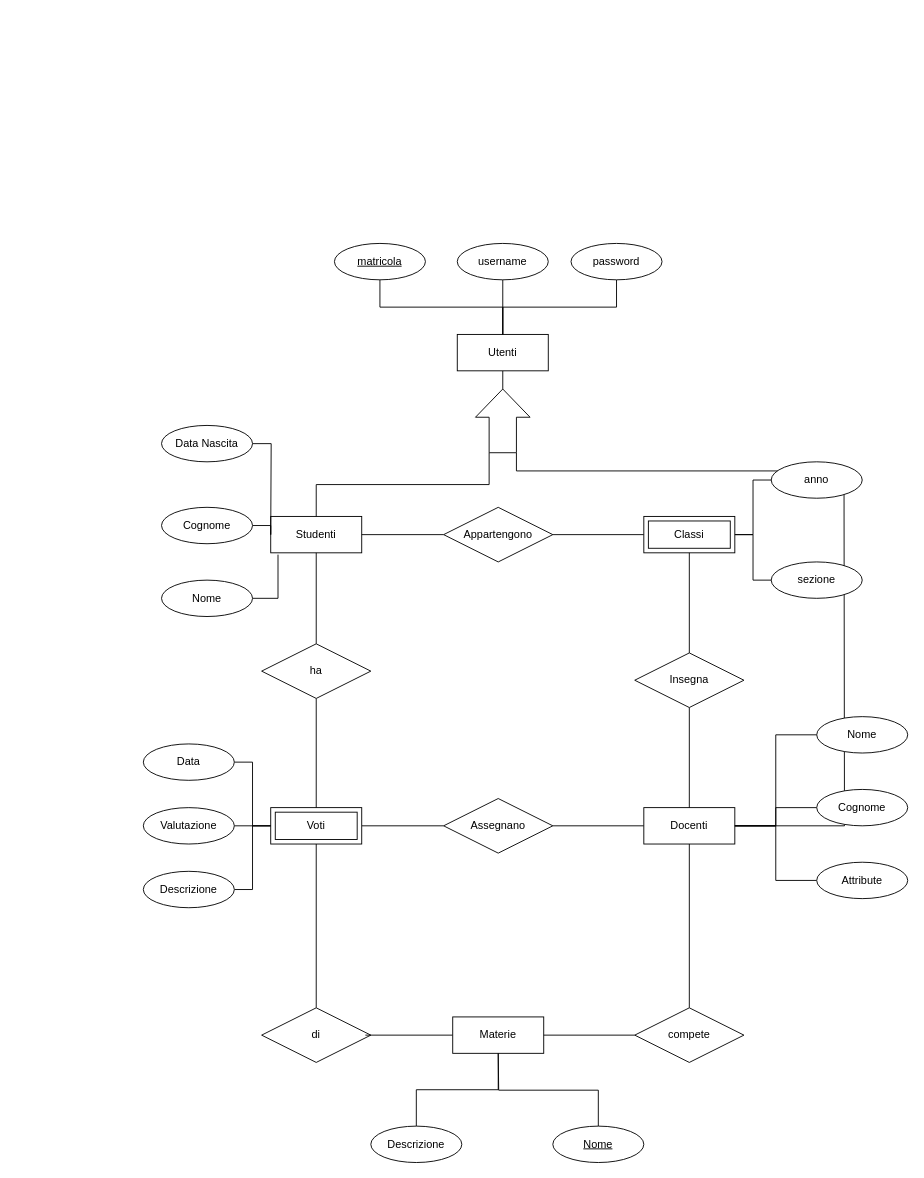
This is schema er.drawio from nicolo9728/registro_elettronico, a draw.io file, before an edit. Source tidied: cells renumbered, new cells numbered last; positions are measured from the earlier drawing's top-left corner, leaving out a move shared by most shapes. Both pictures are drawn from the tidied source at 91%, with x=0, y=0 at pixel (143, 243).
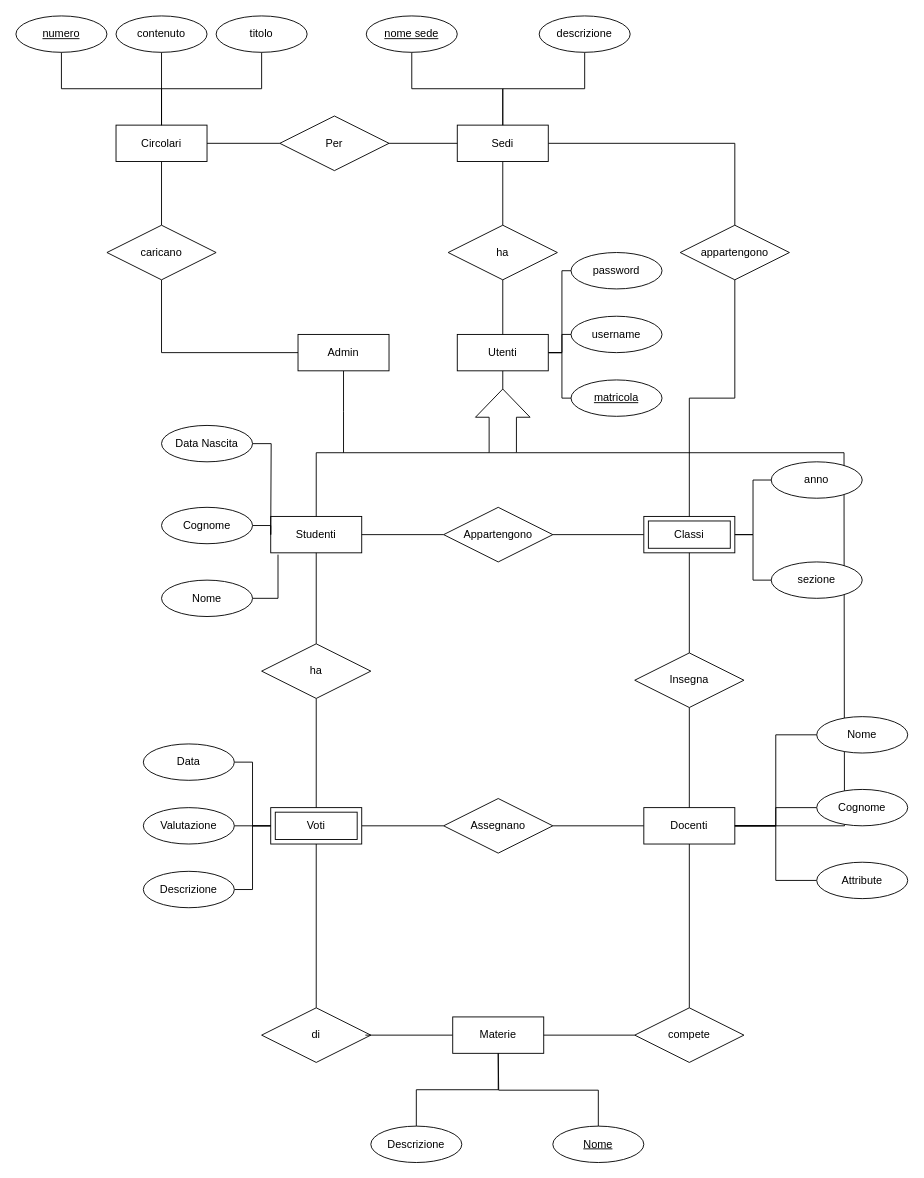
Above is the later version.

Unchanged cells that the change refers to:
```xml
<mxCell id="3" value="Utenti" style="whiteSpace=wrap;html=1;align=center;" parent="1" vertex="1">
  <mxGeometry x="345" y="100" width="100" height="40" as="geometry" />
</mxCell>
<mxCell id="10" value="Studenti" style="whiteSpace=wrap;html=1;align=center;" parent="1" vertex="1">
  <mxGeometry x="140" y="300" width="100" height="40" as="geometry" />
</mxCell>
<mxCell id="15" value="Classi" style="shape=ext;margin=3;double=1;whiteSpace=wrap;html=1;align=center;" parent="1" vertex="1">
  <mxGeometry x="550" y="300" width="100" height="40" as="geometry" />
</mxCell>
<mxCell id="37" style="shape=singleArrow;direction=north;whiteSpace=wrap;html=1;arrowWidth=0.5;arrowSize=0.44285714285714284;" parent="1" vertex="1">
  <mxGeometry x="365" y="160" width="60" height="70" as="geometry" />
</mxCell>
```

Diff of the diagram source:
```diff
@@
+    <mxCell id="63" style="edgeStyle=orthogonalEdgeStyle;rounded=0;jettySize=auto;html=1;exitX=1;exitY=0.5;exitDx=0;exitDy=0;entryX=0;entryY=0.5;entryDx=0;entryDy=0;endArrow=none;endFill=0;" parent="1" edge="1" source="3" target="5">
+      <mxGeometry relative="1" as="geometry">
+        <Array as="points">
+          <mxPoint x="460" y="120" />
+          <mxPoint x="460" y="30" />
+        </Array>
+      </mxGeometry>
+    </mxCell>
+    <mxCell id="64" style="edgeStyle=orthogonalEdgeStyle;rounded=0;jettySize=auto;html=1;exitX=1;exitY=0.5;exitDx=0;exitDy=0;endArrow=none;endFill=0;" parent="1" edge="1" source="3">
+      <mxGeometry relative="1" as="geometry">
+        <mxPoint x="460" y="100" as="targetPoint" />
+      </mxGeometry>
+    </mxCell>
+    <mxCell id="65" style="edgeStyle=orthogonalEdgeStyle;rounded=0;jettySize=auto;html=1;exitX=1;exitY=0.5;exitDx=0;exitDy=0;entryX=0;entryY=0.5;entryDx=0;entryDy=0;endArrow=none;endFill=0;" parent="1" edge="1" source="3" target="9">
+      <mxGeometry relative="1" as="geometry">
+        <Array as="points">
+          <mxPoint x="460" y="120" />
+          <mxPoint x="460" y="170" />
+        </Array>
+      </mxGeometry>
+    </mxCell>
@@
-    <mxCell id="4" style="edgeStyle=orthogonalEdgeStyle;rounded=0;jettySize=auto;html=1;exitX=0.5;exitY=1;exitDx=0;exitDy=0;entryX=0.5;entryY=0;entryDx=0;entryDy=0;endArrow=none;endFill=0;" parent="1" edge="1" source="5" target="3">
-      <mxGeometry relative="1" as="geometry" />
-    </mxCell>
     <mxCell id="5" value="password" style="ellipse;whiteSpace=wrap;html=1;align=center;" parent="1" vertex="1">
-      <mxGeometry x="470" width="100" height="40" as="geometry" />
+      <mxGeometry x="470" y="10" width="100" height="40" as="geometry" />
     </mxCell>
-    <mxCell id="6" style="edgeStyle=orthogonalEdgeStyle;rounded=0;jettySize=auto;html=1;exitX=0.5;exitY=1;exitDx=0;exitDy=0;entryX=0.5;entryY=0;entryDx=0;entryDy=0;endArrow=none;endFill=0;" parent="1" edge="1" source="7" target="3">
-      <mxGeometry relative="1" as="geometry" />
-    </mxCell>
+    <mxCell id="66" style="edgeStyle=orthogonalEdgeStyle;rounded=0;jettySize=auto;html=1;exitX=0;exitY=0.5;exitDx=0;exitDy=0;endArrow=none;endFill=0;" parent="1" edge="1" source="7">
+      <mxGeometry relative="1" as="geometry">
+        <mxPoint x="460" y="100" as="targetPoint" />
+      </mxGeometry>
+    </mxCell>
     <mxCell id="7" value="username" style="ellipse;whiteSpace=wrap;html=1;align=center;" parent="1" vertex="1">
-      <mxGeometry x="345" width="100" height="40" as="geometry" />
+      <mxGeometry x="470" y="80" width="100" height="40" as="geometry" />
     </mxCell>
-    <mxCell id="8" style="edgeStyle=orthogonalEdgeStyle;rounded=0;jettySize=auto;html=1;exitX=0.5;exitY=1;exitDx=0;exitDy=0;entryX=0.5;entryY=0;entryDx=0;entryDy=0;endArrow=none;endFill=0;" parent="1" edge="1" source="9" target="3">
-      <mxGeometry relative="1" as="geometry" />
-    </mxCell>
     <mxCell id="9" value="matricola" style="ellipse;whiteSpace=wrap;html=1;align=center;fontStyle=4;" parent="1" vertex="1">
-      <mxGeometry x="210" width="100" height="40" as="geometry" />
+      <mxGeometry x="470" y="150" width="100" height="40" as="geometry" />
     </mxCell>
@@
     <mxCell id="35" style="edgeStyle=orthogonalEdgeStyle;rounded=0;jettySize=auto;html=1;exitX=0;exitY=0;exitDx=0;exitDy=15;exitPerimeter=0;endArrow=none;endFill=0;" parent="1" edge="1" source="37" target="10">
-      <mxGeometry relative="1" as="geometry" />
+      <mxGeometry relative="1" as="geometry">
+        <Array as="points">
+          <mxPoint x="190" y="230" />
+        </Array>
+      </mxGeometry>
     </mxCell>
     <mxCell id="36" style="edgeStyle=orthogonalEdgeStyle;rounded=0;jettySize=auto;html=1;exitX=0;exitY=0;exitDx=0;exitDy=45;exitPerimeter=0;endArrow=none;endFill=0;" parent="1" edge="1" source="37">
       <mxGeometry relative="1" as="geometry">
         <mxPoint x="770" y="270" as="targetPoint" />
         <Array as="points">
-          <mxPoint x="410" y="250" />
-          <mxPoint x="770" y="250" />
+          <mxPoint x="770" y="230" />
         </Array>
       </mxGeometry>
     </mxCell>
@@
+    <mxCell id="67" style="edgeStyle=orthogonalEdgeStyle;rounded=0;jettySize=auto;html=1;exitX=0.5;exitY=1;exitDx=0;exitDy=0;entryX=0.5;entryY=0;entryDx=0;entryDy=0;endArrow=none;endFill=0;" parent="1" edge="1" source="69" target="75">
+      <mxGeometry relative="1" as="geometry" />
+    </mxCell>
+    <mxCell id="68" style="edgeStyle=orthogonalEdgeStyle;rounded=0;jettySize=auto;html=1;exitX=1;exitY=0.5;exitDx=0;exitDy=0;entryX=0.5;entryY=0;entryDx=0;entryDy=0;endArrow=none;endFill=0;" parent="1" edge="1" source="69" target="87">
+      <mxGeometry relative="1" as="geometry" />
+    </mxCell>
+    <mxCell id="69" value="Sedi" style="whiteSpace=wrap;html=1;align=center;" parent="1" vertex="1">
+      <mxGeometry x="345" y="-130" width="100" height="40" as="geometry" />
+    </mxCell>
+    <mxCell id="70" style="edgeStyle=orthogonalEdgeStyle;rounded=0;jettySize=auto;html=1;exitX=0.5;exitY=1;exitDx=0;exitDy=0;endArrow=none;endFill=0;entryX=0.5;entryY=0;entryDx=0;entryDy=0;" parent="1" edge="1" source="71" target="69">
+      <mxGeometry relative="1" as="geometry" />
+    </mxCell>
+    <mxCell id="71" value="nome sede" style="ellipse;whiteSpace=wrap;html=1;align=center;fontStyle=4;" parent="1" vertex="1">
+      <mxGeometry x="245" y="-250" width="100" height="40" as="geometry" />
+    </mxCell>
+    <mxCell id="72" style="edgeStyle=orthogonalEdgeStyle;rounded=0;jettySize=auto;html=1;exitX=0.5;exitY=1;exitDx=0;exitDy=0;entryX=0.5;entryY=0;entryDx=0;entryDy=0;endArrow=none;endFill=0;" parent="1" edge="1" source="73" target="69">
+      <mxGeometry relative="1" as="geometry" />
+    </mxCell>
+    <mxCell id="73" value="descrizione" style="ellipse;whiteSpace=wrap;html=1;align=center;" parent="1" vertex="1">
+      <mxGeometry x="435" y="-250" width="100" height="40" as="geometry" />
+    </mxCell>
+    <mxCell id="74" style="edgeStyle=orthogonalEdgeStyle;rounded=0;jettySize=auto;html=1;exitX=0.5;exitY=1;exitDx=0;exitDy=0;endArrow=none;endFill=0;" parent="1" edge="1" source="75" target="3">
+      <mxGeometry relative="1" as="geometry" />
+    </mxCell>
+    <mxCell id="75" value="ha" style="shape=rhombus;perimeter=rhombusPerimeter;whiteSpace=wrap;html=1;align=center;" parent="1" vertex="1">
+      <mxGeometry x="335" y="-20" width="120" height="60" as="geometry" />
+    </mxCell>
+    <mxCell id="76" style="edgeStyle=orthogonalEdgeStyle;rounded=0;jettySize=auto;html=1;exitX=0.5;exitY=1;exitDx=0;exitDy=0;endArrow=none;endFill=0;" parent="1" edge="1" source="77">
+      <mxGeometry relative="1" as="geometry">
+        <mxPoint x="220" y="230" as="targetPoint" />
+      </mxGeometry>
+    </mxCell>
+    <mxCell id="77" value="Admin" style="whiteSpace=wrap;html=1;align=center;" parent="1" vertex="1">
+      <mxGeometry x="170" y="100" width="100" height="40" as="geometry" />
+    </mxCell>
+    <mxCell id="78" style="edgeStyle=orthogonalEdgeStyle;rounded=0;jettySize=auto;html=1;exitX=0.5;exitY=1;exitDx=0;exitDy=0;entryX=0;entryY=0.5;entryDx=0;entryDy=0;endArrow=none;endFill=0;" parent="1" edge="1" source="80" target="77">
+      <mxGeometry relative="1" as="geometry" />
+    </mxCell>
+    <mxCell id="79" style="edgeStyle=orthogonalEdgeStyle;rounded=0;jettySize=auto;html=1;exitX=0.5;exitY=0;exitDx=0;exitDy=0;entryX=0.5;entryY=1;entryDx=0;entryDy=0;endArrow=none;endFill=0;" parent="1" edge="1" source="80" target="82">
+      <mxGeometry relative="1" as="geometry" />
+    </mxCell>
+    <mxCell id="80" value="caricano" style="shape=rhombus;perimeter=rhombusPerimeter;whiteSpace=wrap;html=1;align=center;" parent="1" vertex="1">
+      <mxGeometry x="-40" y="-20" width="120" height="60" as="geometry" />
+    </mxCell>
+    <mxCell id="81" style="edgeStyle=orthogonalEdgeStyle;rounded=0;jettySize=auto;html=1;exitX=1;exitY=0.5;exitDx=0;exitDy=0;entryX=0;entryY=0.5;entryDx=0;entryDy=0;endArrow=none;endFill=0;" parent="1" edge="1" source="82" target="85">
+      <mxGeometry relative="1" as="geometry" />
+    </mxCell>
+    <mxCell id="82" value="Circolari" style="whiteSpace=wrap;html=1;align=center;" parent="1" vertex="1">
+      <mxGeometry x="-30" y="-130" width="100" height="40" as="geometry" />
+    </mxCell>
+    <mxCell id="83" style="edgeStyle=orthogonalEdgeStyle;rounded=0;orthogonalLoop=1;jettySize=auto;html=1;exitX=0.5;exitY=1;exitDx=0;exitDy=0;endArrow=none;endFill=0;" parent="1" edge="1" source="82" target="82">
+      <mxGeometry relative="1" as="geometry" />
+    </mxCell>
+    <mxCell id="84" style="edgeStyle=orthogonalEdgeStyle;rounded=0;jettySize=auto;html=1;exitX=1;exitY=0.5;exitDx=0;exitDy=0;entryX=0;entryY=0.5;entryDx=0;entryDy=0;endArrow=none;endFill=0;" parent="1" edge="1" source="85" target="69">
+      <mxGeometry relative="1" as="geometry" />
+    </mxCell>
+    <mxCell id="85" value="Per" style="shape=rhombus;perimeter=rhombusPerimeter;whiteSpace=wrap;html=1;align=center;" parent="1" vertex="1">
+      <mxGeometry x="150" y="-140" width="120" height="60" as="geometry" />
+    </mxCell>
+    <mxCell id="86" style="edgeStyle=orthogonalEdgeStyle;rounded=0;jettySize=auto;html=1;exitX=0.5;exitY=1;exitDx=0;exitDy=0;entryX=0.5;entryY=0;entryDx=0;entryDy=0;endArrow=none;endFill=0;" parent="1" edge="1" source="87" target="15">
+      <mxGeometry relative="1" as="geometry" />
+    </mxCell>
+    <mxCell id="87" value="appartengono" style="shape=rhombus;perimeter=rhombusPerimeter;whiteSpace=wrap;html=1;align=center;" parent="1" vertex="1">
+      <mxGeometry x="590" y="-20" width="120" height="60" as="geometry" />
+    </mxCell>
+    <mxCell id="88" style="edgeStyle=orthogonalEdgeStyle;rounded=0;jettySize=auto;html=1;exitX=0.5;exitY=1;exitDx=0;exitDy=0;endArrow=none;endFill=0;" parent="1" edge="1" source="89" target="82">
+      <mxGeometry relative="1" as="geometry" />
+    </mxCell>
+    <mxCell id="89" value="titolo" style="ellipse;whiteSpace=wrap;html=1;align=center;" parent="1" vertex="1">
+      <mxGeometry x="80" y="-250" width="100" height="40" as="geometry" />
+    </mxCell>
+    <mxCell id="90" style="edgeStyle=orthogonalEdgeStyle;rounded=0;jettySize=auto;html=1;exitX=0.5;exitY=1;exitDx=0;exitDy=0;entryX=0.5;entryY=0;entryDx=0;entryDy=0;endArrow=none;endFill=0;" parent="1" edge="1" source="91" target="82">
+      <mxGeometry relative="1" as="geometry" />
+    </mxCell>
+    <mxCell id="91" value="contenuto" style="ellipse;whiteSpace=wrap;html=1;align=center;" parent="1" vertex="1">
+      <mxGeometry x="-30" y="-250" width="100" height="40" as="geometry" />
+    </mxCell>
+    <mxCell id="92" style="edgeStyle=orthogonalEdgeStyle;rounded=0;jettySize=auto;html=1;exitX=0.5;exitY=1;exitDx=0;exitDy=0;entryX=0.5;entryY=0;entryDx=0;entryDy=0;endArrow=none;endFill=0;" parent="1" edge="1" source="93" target="82">
+      <mxGeometry relative="1" as="geometry" />
+    </mxCell>
+    <mxCell id="93" value="numero" style="ellipse;whiteSpace=wrap;html=1;align=center;fontStyle=4;" parent="1" vertex="1">
+      <mxGeometry x="-140" y="-250" width="100" height="40" as="geometry" />
+    </mxCell>
```
